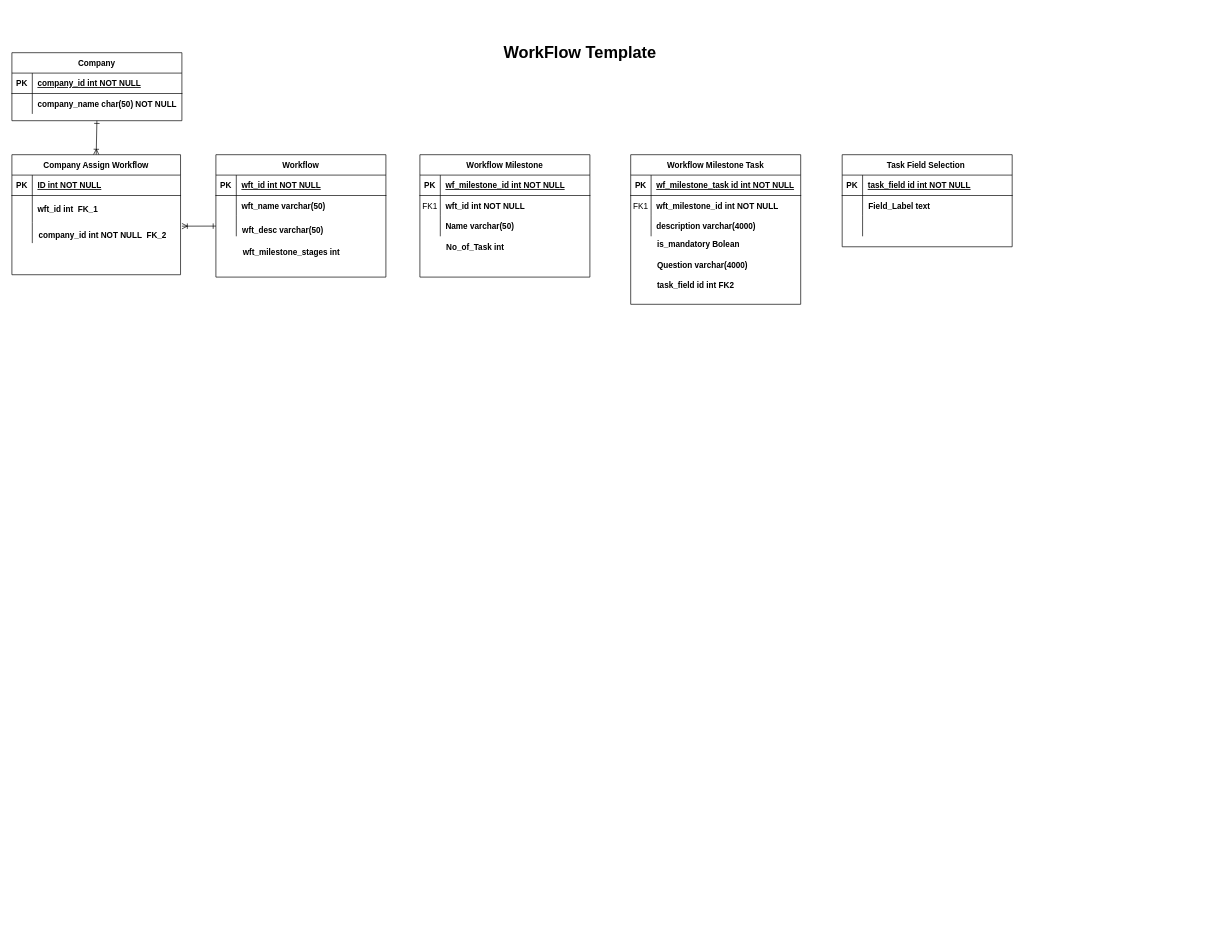
umerpaknamal/12PythonProjects keeps this draw.io diagram as ID_Workflow.drawio. Above is the earlier version. Source tidied: cells renumbered, new cells numbered last; positions are measured from the earlier drawing's top-left corner, leaving out a move shared by most shapes. Both pictures are drawn from the tidied source at 68%, with x=0, y=0 at pixel (12, 12).
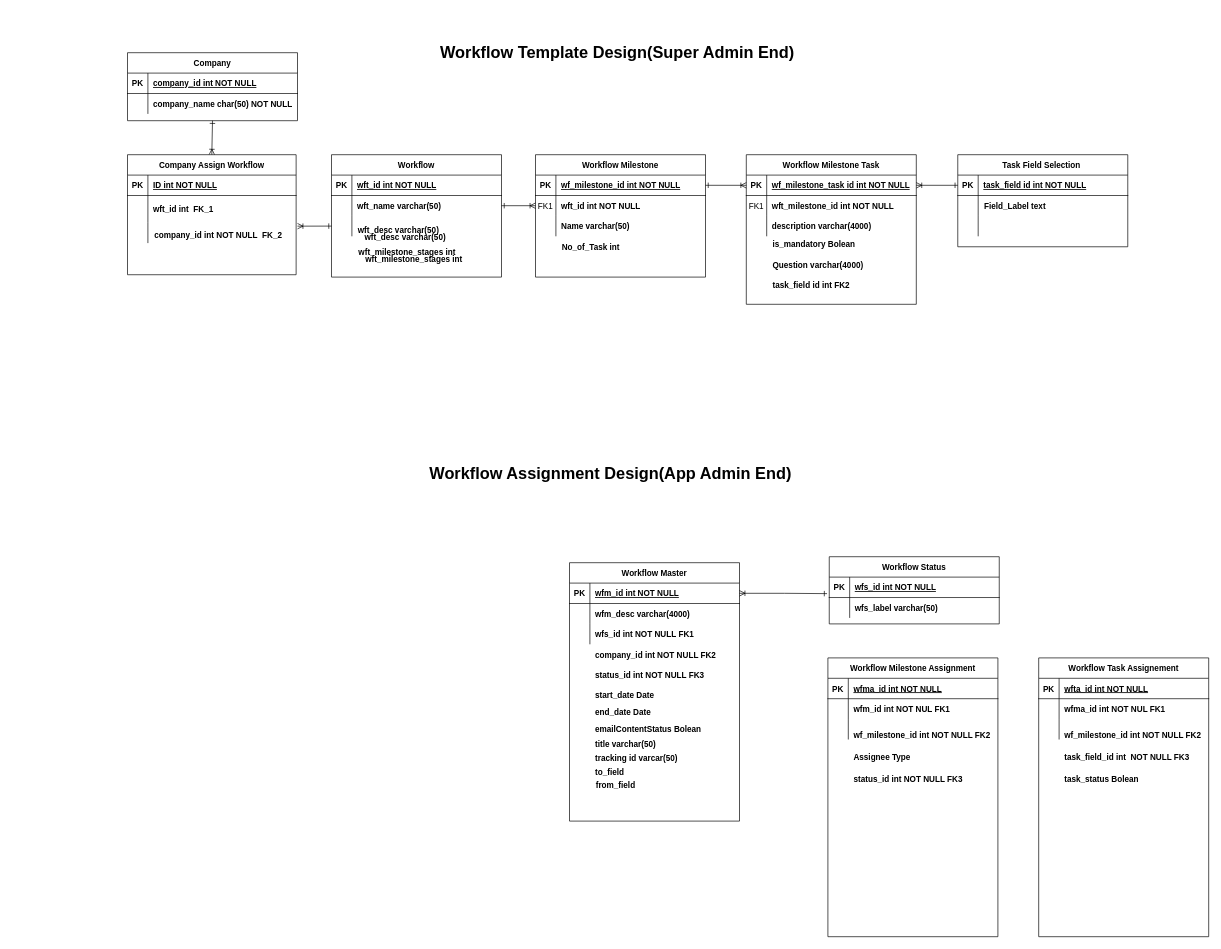
After the change.

The change refers to these unchanged cells:
```xml
<mxCell id="16" style="shape=partialRectangle;fillColor=none;points=[[0,0.5],[1,0.5]];portConstraint=eastwest;top=0;left=0;right=0;bottom=0;" parent="12" vertex="1">
  <mxGeometry y="60" width="250" height="30" as="geometry" />
</mxCell>
<mxCell id="27" value="Company Assign Workflow" style="shape=table;startSize=30;childLayout=tableLayout;rowLines=0;fontStyle=1;align=center;" parent="26" vertex="1">
  <mxGeometry width="248" height="176.5" as="geometry" />
</mxCell>
<mxCell id="40" style="shape=partialRectangle;fillColor=none;points=[[0,0.5],[1,0.5]];portConstraint=eastwest;top=0;left=0;right=0;bottom=1;" parent="39" vertex="1">
  <mxGeometry y="30" width="250" height="30" as="geometry" />
</mxCell>
<mxCell id="43" style="shape=partialRectangle;fillColor=none;points=[[0,0.5],[1,0.5]];portConstraint=eastwest;top=0;left=0;right=0;bottom=0;" parent="39" vertex="1">
  <mxGeometry y="60" width="250" height="30" as="geometry" />
</mxCell>
<mxCell id="53" style="shape=partialRectangle;fillColor=none;points=[[0,0.5],[1,0.5]];portConstraint=eastwest;top=0;left=0;right=0;bottom=1;" parent="52" vertex="1">
  <mxGeometry y="30" width="250" height="30" as="geometry" />
</mxCell>
<mxCell id="68" style="shape=partialRectangle;fillColor=none;points=[[0,0.5],[1,0.5]];portConstraint=eastwest;top=0;left=0;right=0;bottom=1;" parent="67" vertex="1">
  <mxGeometry y="30" width="250" height="30" as="geometry" />
</mxCell>
```

What changed in the source:
```diff
@@
+    <mxCell id="10" value="Workflow Template Design(Super Admin End)" style="text;strokeColor=none;fillColor=none;html=1;fontSize=24;fontStyle=1;verticalAlign=middle;align=center;" parent="1" vertex="1">
+      <mxGeometry x="610" width="560" height="120" as="geometry" />
+    </mxCell>
+    <mxCell id="78" style="group;" parent="1" vertex="1">
+      <mxGeometry x="170" y="60" width="1472" height="410" as="geometry" />
+    </mxCell>
-    <mxCell id="2" style="edgeStyle=none;rounded=0;jettySize=auto;html=1;exitX=0.5;exitY=1;exitDx=0;exitDy=0;entryX=0.5;entryY=0;entryDx=0;entryDy=0;endArrow=ERoneToMany;endFill=0;startArrow=ERone;startFill=0;" parent="1" edge="1" source="3" target="27">
+    <mxCell id="2" style="edgeStyle=none;rounded=0;jettySize=auto;html=1;exitX=0.5;exitY=1;exitDx=0;exitDy=0;entryX=0.5;entryY=0;entryDx=0;entryDy=0;endArrow=ERoneToMany;endFill=0;startArrow=ERone;startFill=0;" parent="78" edge="1" source="3" target="27">
       <mxGeometry relative="1" as="geometry" />
     </mxCell>
-    <mxCell id="3" value="Company" style="shape=table;startSize=30;childLayout=tableLayout;rowLines=0;fontStyle=1;align=center;" parent="1" vertex="1">
-      <mxGeometry y="60" width="250" height="100" as="geometry" />
+    <mxCell id="3" value="Company" style="shape=table;startSize=30;childLayout=tableLayout;rowLines=0;fontStyle=1;align=center;" parent="78" vertex="1">
+      <mxGeometry width="250" height="100" as="geometry" />
     </mxCell>
@@
-    <mxCell id="10" value="WorkFlow Template" style="text;strokeColor=none;fillColor=none;html=1;fontSize=24;fontStyle=1;verticalAlign=middle;align=center;" parent="1" vertex="1">
-      <mxGeometry x="610" width="450" height="120" as="geometry" />
-    </mxCell>
-    <mxCell id="11" style="group;" parent="1" vertex="1">
-      <mxGeometry x="300" y="210" width="252" height="180" as="geometry" />
+    <mxCell id="11" style="group;" parent="78" vertex="1">
+      <mxGeometry x="300" y="150" width="252" height="180" as="geometry" />
     </mxCell>
@@
-    <mxCell id="25" style="group;" parent="1" vertex="1">
-      <mxGeometry y="210" width="250" height="200" as="geometry" />
+    <mxCell id="25" style="group;" parent="78" vertex="1">
+      <mxGeometry y="150" width="250" height="200" as="geometry" />
     </mxCell>
@@
-    <mxCell id="38" style="group;" parent="1" vertex="1">
-      <mxGeometry x="600" y="210" width="251" height="180" as="geometry" />
+    <mxCell id="38" style="group;" parent="78" vertex="1">
+      <mxGeometry x="600" y="150" width="251" height="180" as="geometry" />
     </mxCell>
@@
-    <mxCell id="50" style="group;" parent="1" vertex="1">
-      <mxGeometry x="910" y="210" width="251" height="260" as="geometry" />
+    <mxCell id="50" style="group;" parent="78" vertex="1">
+      <mxGeometry x="910" y="150" width="251" height="260" as="geometry" />
     </mxCell>
@@
-    <mxCell id="63" value="Question varchar(4000)" style="shape=partialRectangle;overflow=hidden;fillColor=none;top=0;left=0;bottom=0;right=0;align=left;spacingLeft=6;fontStyle=1;" parent="1" vertex="1">
-      <mxGeometry x="941" y="350" width="220" height="43.3" as="geometry" />
+    <mxCell id="63" value="Question varchar(4000)" style="shape=partialRectangle;overflow=hidden;fillColor=none;top=0;left=0;bottom=0;right=0;align=left;spacingLeft=6;fontStyle=1;" parent="78" vertex="1">
+      <mxGeometry x="941" y="290" width="220" height="43.3" as="geometry" />
     </mxCell>
-    <mxCell id="64" value="task_field id int FK2" style="shape=partialRectangle;overflow=hidden;fillColor=none;top=0;left=0;bottom=0;right=0;align=left;spacingLeft=6;fontStyle=1;" parent="1" vertex="1">
-      <mxGeometry x="941" y="380" width="220" height="43.3" as="geometry" />
+    <mxCell id="64" value="task_field id int FK2" style="shape=partialRectangle;overflow=hidden;fillColor=none;top=0;left=0;bottom=0;right=0;align=left;spacingLeft=6;fontStyle=1;" parent="78" vertex="1">
+      <mxGeometry x="941" y="320" width="220" height="43.3" as="geometry" />
     </mxCell>
-    <mxCell id="65" style="group;" parent="1" vertex="1">
-      <mxGeometry x="1221" y="210" width="251" height="160" as="geometry" />
+    <mxCell id="65" style="group;" parent="78" vertex="1">
+      <mxGeometry x="1221" y="150" width="251" height="160" as="geometry" />
     </mxCell>
@@
+    <mxCell id="79" style="edgeStyle=orthogonalEdgeStyle;rounded=0;jettySize=auto;html=1;entryX=0;entryY=0.5;entryDx=0;entryDy=0;endArrow=ERoneToMany;endFill=0;startArrow=ERone;startFill=0;" parent="78" edge="1" source="16" target="43">
+      <mxGeometry relative="1" as="geometry" />
+    </mxCell>
+    <mxCell id="80" style="edgeStyle=orthogonalEdgeStyle;rounded=0;jettySize=auto;html=1;exitX=1;exitY=0.5;exitDx=0;exitDy=0;entryX=0;entryY=0.5;entryDx=0;entryDy=0;endArrow=ERoneToMany;endFill=0;startArrow=ERone;startFill=0;" parent="78" edge="1" source="40" target="53">
+      <mxGeometry relative="1" as="geometry" />
+    </mxCell>
+    <mxCell id="81" style="edgeStyle=orthogonalEdgeStyle;rounded=0;jettySize=auto;html=1;entryX=0;entryY=0.5;entryDx=0;entryDy=0;startArrow=ERoneToMany;startFill=0;endArrow=ERone;endFill=0;" parent="78" edge="1" source="53" target="68">
+      <mxGeometry relative="1" as="geometry" />
+    </mxCell>
+    <mxCell id="82" style="group;" parent="1" vertex="1">
+      <mxGeometry x="480" y="220" width="252" height="180" as="geometry" />
+    </mxCell>
+    <mxCell id="83" value="wft_desc varchar(50)" style="shape=partialRectangle;overflow=hidden;fillColor=none;top=0;left=0;bottom=0;right=0;align=left;spacingLeft=6;fontStyle=1;" parent="82" vertex="1">
+      <mxGeometry x="31" y="95.3" width="220" height="31.8" as="geometry" />
+    </mxCell>
+    <mxCell id="84" value="wft_milestone_stages int" style="shape=partialRectangle;overflow=hidden;fillColor=none;top=0;left=0;bottom=0;right=0;align=left;spacingLeft=6;fontStyle=1;" parent="82" vertex="1">
+      <mxGeometry x="32" y="127.1" width="220" height="31.8" as="geometry" />
+    </mxCell>
+    <mxCell id="85" style="group;" parent="1" vertex="1">
+      <mxGeometry x="1200" y="790" width="252" height="180" as="geometry" />
+    </mxCell>
+    <mxCell id="86" style="shape=partialRectangle;overflow=hidden;fillColor=none;top=0;left=0;bottom=0;right=0;align=left;spacingLeft=6;fontStyle=1;" parent="85" vertex="1">
+      <mxGeometry x="31" y="95.3" width="220" height="31.8" as="geometry" />
+    </mxCell>
+    <mxCell id="87" style="shape=partialRectangle;overflow=hidden;fillColor=none;top=0;left=0;bottom=0;right=0;align=left;spacingLeft=6;fontStyle=1;" parent="85" vertex="1">
+      <mxGeometry x="32" y="117.1" width="220" height="31.8" as="geometry" />
+    </mxCell>
+    <mxCell id="88" value="Workflow Status" style="shape=table;startSize=30;childLayout=tableLayout;rowLines=0;fontStyle=1;align=center;" parent="1" vertex="1">
+      <mxGeometry x="1202" y="801.2" width="250" height="98.8" as="geometry" />
+    </mxCell>
+    <mxCell id="89" style="shape=partialRectangle;fillColor=none;top=0;left=0;right=0;bottom=1;" parent="88" vertex="1">
+      <mxGeometry y="30" width="250" height="30" as="geometry" />
+    </mxCell>
+    <mxCell id="90" value="PK" style="shape=partialRectangle;overflow=hidden;fillColor=none;top=0;left=0;bottom=0;right=0;fontStyle=1;" parent="89" vertex="1">
+      <mxGeometry width="30" height="30" as="geometry" />
+    </mxCell>
+    <mxCell id="91" value="wfs_id int NOT NULL " style="shape=partialRectangle;overflow=hidden;fillColor=none;top=0;left=0;bottom=0;right=0;align=left;spacingLeft=6;fontStyle=5;" parent="89" vertex="1">
+      <mxGeometry x="30" width="220" height="30" as="geometry" />
+    </mxCell>
+    <mxCell id="92" style="shape=partialRectangle;fillColor=none;points=[[0,0.5],[1,0.5]];portConstraint=eastwest;top=0;left=0;right=0;bottom=0;" parent="88" vertex="1">
+      <mxGeometry y="60" width="250" height="30" as="geometry" />
+    </mxCell>
+    <mxCell id="93" style="shape=partialRectangle;overflow=hidden;fillColor=none;top=0;left=0;bottom=0;right=0;" parent="92" vertex="1">
+      <mxGeometry width="30" height="30" as="geometry" />
+    </mxCell>
+    <mxCell id="94" value="wfs_label varchar(50)" style="shape=partialRectangle;overflow=hidden;fillColor=none;top=0;left=0;bottom=0;right=0;align=left;spacingLeft=6;fontStyle=1;" parent="92" vertex="1">
+      <mxGeometry x="30" width="220" height="30" as="geometry" />
+    </mxCell>
+    <mxCell id="95" style="group;" parent="1" vertex="1">
+      <mxGeometry x="820" y="810" width="251" height="380" as="geometry" />
+    </mxCell>
+    <mxCell id="96" value="Workflow Master" style="shape=table;startSize=30;childLayout=tableLayout;rowLines=0;fontStyle=1;align=center;" parent="95" vertex="1">
+      <mxGeometry width="250" height="380" as="geometry" />
+    </mxCell>
+    <mxCell id="97" style="shape=partialRectangle;fillColor=none;points=[[0,0.5],[1,0.5]];portConstraint=eastwest;top=0;left=0;right=0;bottom=1;" parent="96" vertex="1">
+      <mxGeometry y="30" width="250" height="30" as="geometry" />
+    </mxCell>
+    <mxCell id="98" value="PK" style="shape=partialRectangle;overflow=hidden;fillColor=none;top=0;left=0;bottom=0;right=0;fontStyle=1;" parent="97" vertex="1">
+      <mxGeometry width="30" height="30" as="geometry" />
+    </mxCell>
+    <mxCell id="99" value="wfm_id int NOT NULL " style="shape=partialRectangle;overflow=hidden;fillColor=none;top=0;left=0;bottom=0;right=0;align=left;spacingLeft=6;fontStyle=5;" parent="97" vertex="1">
+      <mxGeometry x="30" width="220" height="30" as="geometry" />
+    </mxCell>
+    <mxCell id="100" style="shape=partialRectangle;fillColor=none;top=0;left=0;right=0;bottom=0;" parent="96" vertex="1">
+      <mxGeometry y="60" width="250" height="30" as="geometry" />
+    </mxCell>
+    <mxCell id="101" style="shape=partialRectangle;overflow=hidden;fillColor=none;top=0;left=0;bottom=0;right=0;" parent="100" vertex="1">
+      <mxGeometry width="30" height="30" as="geometry" />
+    </mxCell>
+    <mxCell id="102" value="wfm_desc varchar(4000)" style="shape=partialRectangle;overflow=hidden;fillColor=none;top=0;left=0;bottom=0;right=0;align=left;spacingLeft=6;fontStyle=1;" parent="100" vertex="1">
+      <mxGeometry x="30" width="220" height="30" as="geometry" />
+    </mxCell>
+    <mxCell id="103" style="shape=partialRectangle;fillColor=none;top=0;left=0;right=0;bottom=0;" parent="96" vertex="1">
+      <mxGeometry y="90" width="250" height="30" as="geometry" />
+    </mxCell>
+    <mxCell id="104" style="shape=partialRectangle;overflow=hidden;fillColor=none;top=0;left=0;bottom=0;right=0;" parent="103" vertex="1">
+      <mxGeometry width="30" height="30" as="geometry" />
+    </mxCell>
+    <mxCell id="105" style="shape=partialRectangle;overflow=hidden;fillColor=none;top=0;left=0;bottom=0;right=0;align=left;spacingLeft=6;" parent="103" vertex="1">
+      <mxGeometry x="30" width="220" height="30" as="geometry" />
+    </mxCell>
+    <mxCell id="106" value="wfs_id int NOT NULL FK1" style="shape=partialRectangle;overflow=hidden;fillColor=none;top=0;left=0;bottom=0;right=0;align=left;spacingLeft=6;fontStyle=1;" parent="95" vertex="1">
+      <mxGeometry x="30" y="90" width="220" height="30" as="geometry" />
+    </mxCell>
+    <mxCell id="107" value="company_id int NOT NULL FK2" style="shape=partialRectangle;overflow=hidden;fillColor=none;top=0;left=0;bottom=0;right=0;align=left;spacingLeft=6;fontStyle=1;" parent="95" vertex="1">
+      <mxGeometry x="30" y="120" width="220" height="30" as="geometry" />
+    </mxCell>
+    <mxCell id="108" value="status_id int NOT NULL FK3" style="shape=partialRectangle;overflow=hidden;fillColor=none;top=0;left=0;bottom=0;right=0;align=left;spacingLeft=6;fontStyle=1;" parent="95" vertex="1">
+      <mxGeometry x="30" y="150" width="220" height="30" as="geometry" />
+    </mxCell>
+    <mxCell id="109" value="start_date Date " style="shape=partialRectangle;overflow=hidden;fillColor=none;top=0;left=0;bottom=0;right=0;align=left;spacingLeft=6;fontStyle=1;" parent="95" vertex="1">
+      <mxGeometry x="30" y="180" width="220" height="30" as="geometry" />
+    </mxCell>
+    <mxCell id="110" value="end_date Date " style="shape=partialRectangle;overflow=hidden;fillColor=none;top=0;left=0;bottom=0;right=0;align=left;spacingLeft=6;fontStyle=1;" parent="95" vertex="1">
+      <mxGeometry x="30" y="205" width="220" height="30" as="geometry" />
+    </mxCell>
+    <mxCell id="111" value="emailContentStatus  Bolean" style="shape=partialRectangle;overflow=hidden;fillColor=none;top=0;left=0;bottom=0;right=0;align=left;spacingLeft=6;fontStyle=1;" parent="95" vertex="1">
+      <mxGeometry x="30" y="230" width="220" height="30" as="geometry" />
+    </mxCell>
+    <mxCell id="112" value="title varchar(50)" style="shape=partialRectangle;overflow=hidden;fillColor=none;top=0;left=0;bottom=0;right=0;align=left;spacingLeft=6;fontStyle=1;" parent="95" vertex="1">
+      <mxGeometry x="30" y="252" width="220" height="30" as="geometry" />
+    </mxCell>
+    <mxCell id="113" value="tracking id varcar(50)" style="shape=partialRectangle;overflow=hidden;fillColor=none;top=0;left=0;bottom=0;right=0;align=left;spacingLeft=6;fontStyle=1;" parent="95" vertex="1">
+      <mxGeometry x="30" y="272" width="220" height="30" as="geometry" />
+    </mxCell>
+    <mxCell id="114" value="to_field" style="shape=partialRectangle;overflow=hidden;fillColor=none;top=0;left=0;bottom=0;right=0;align=left;spacingLeft=6;fontStyle=1;" parent="95" vertex="1">
+      <mxGeometry x="30" y="292" width="220" height="30" as="geometry" />
+    </mxCell>
+    <mxCell id="115" value="from_field" style="shape=partialRectangle;overflow=hidden;fillColor=none;top=0;left=0;bottom=0;right=0;align=left;spacingLeft=6;fontStyle=1;" parent="95" vertex="1">
+      <mxGeometry x="31" y="312" width="220" height="30" as="geometry" />
+    </mxCell>
+    <mxCell id="116" style="group;" parent="1" vertex="1">
+      <mxGeometry x="1200" y="950" width="251" height="410" as="geometry" />
+    </mxCell>
+    <mxCell id="117" value="Workflow Milestone Assignment" style="shape=table;startSize=30;childLayout=tableLayout;rowLines=0;fontStyle=1;align=center;" parent="116" vertex="1">
+      <mxGeometry width="250" height="410" as="geometry" />
+    </mxCell>
+    <mxCell id="118" style="shape=partialRectangle;fillColor=none;top=0;left=0;right=0;bottom=1;" parent="117" vertex="1">
+      <mxGeometry y="30" width="250" height="30" as="geometry" />
+    </mxCell>
+    <mxCell id="119" value="PK" style="shape=partialRectangle;overflow=hidden;fillColor=none;top=0;left=0;bottom=0;right=0;fontStyle=1;" parent="118" vertex="1">
+      <mxGeometry width="30" height="30" as="geometry" />
+    </mxCell>
+    <mxCell id="120" value="wfma_id int NOT NULL " style="shape=partialRectangle;overflow=hidden;fillColor=none;top=0;left=0;bottom=0;right=0;align=left;spacingLeft=6;fontStyle=5;" parent="118" vertex="1">
+      <mxGeometry x="30" width="220" height="30" as="geometry" />
+    </mxCell>
+    <mxCell id="121" style="shape=partialRectangle;fillColor=none;top=0;left=0;right=0;bottom=0;" parent="117" vertex="1">
+      <mxGeometry y="60" width="250" height="30" as="geometry" />
+    </mxCell>
+    <mxCell id="122" style="shape=partialRectangle;overflow=hidden;fillColor=none;top=0;left=0;bottom=0;right=0;" parent="121" vertex="1">
+      <mxGeometry width="30" height="30" as="geometry" />
+    </mxCell>
+    <mxCell id="123" value="wfm_id int NOT NUL FK1" style="shape=partialRectangle;overflow=hidden;fillColor=none;top=0;left=0;bottom=0;right=0;align=left;spacingLeft=6;fontStyle=1;" parent="121" vertex="1">
+      <mxGeometry x="30" width="220" height="30" as="geometry" />
+    </mxCell>
+    <mxCell id="124" style="shape=partialRectangle;fillColor=none;top=0;left=0;right=0;bottom=0;" parent="117" vertex="1">
+      <mxGeometry y="90" width="250" height="30" as="geometry" />
+    </mxCell>
+    <mxCell id="125" style="shape=partialRectangle;overflow=hidden;fillColor=none;top=0;left=0;bottom=0;right=0;" parent="124" vertex="1">
+      <mxGeometry width="30" height="30" as="geometry" />
+    </mxCell>
+    <mxCell id="126" style="shape=partialRectangle;overflow=hidden;fillColor=none;top=0;left=0;bottom=0;right=0;align=left;spacingLeft=6;" parent="124" vertex="1">
+      <mxGeometry x="30" width="220" height="30" as="geometry" />
+    </mxCell>
+    <mxCell id="127" value="wf_milestone_id int NOT NULL FK2" style="shape=partialRectangle;overflow=hidden;fillColor=none;top=0;left=0;bottom=0;right=0;align=left;spacingLeft=6;fontStyle=1;" parent="116" vertex="1">
+      <mxGeometry x="30" y="97.1" width="220" height="32.4" as="geometry" />
+    </mxCell>
+    <mxCell id="128" value="Assignee Type" style="shape=partialRectangle;overflow=hidden;fillColor=none;top=0;left=0;bottom=0;right=0;align=left;spacingLeft=6;fontStyle=1;" parent="116" vertex="1">
+      <mxGeometry x="30" y="129.5" width="220" height="32.4" as="geometry" />
+    </mxCell>
+    <mxCell id="129" value="status_id int NOT NULL FK3" style="shape=partialRectangle;overflow=hidden;fillColor=none;top=0;left=0;bottom=0;right=0;align=left;spacingLeft=6;fontStyle=1;" parent="116" vertex="1">
+      <mxGeometry x="30" y="161.8" width="220" height="32.4" as="geometry" />
+    </mxCell>
+    <mxCell id="130" value="Workflow Assignment Design(App Admin End)" style="text;strokeColor=none;fillColor=none;html=1;fontSize=24;fontStyle=1;verticalAlign=middle;align=center;" parent="1" vertex="1">
+      <mxGeometry x="600" y="620" width="560" height="120" as="geometry" />
+    </mxCell>
+    <mxCell id="131" style="group;" parent="1" vertex="1">
+      <mxGeometry x="1510" y="950" width="251" height="410" as="geometry" />
+    </mxCell>
+    <mxCell id="132" value="Workflow Task Assignement" style="shape=table;startSize=30;childLayout=tableLayout;rowLines=0;fontStyle=1;align=center;" parent="131" vertex="1">
+      <mxGeometry width="250" height="410" as="geometry" />
+    </mxCell>
+    <mxCell id="133" style="shape=partialRectangle;fillColor=none;top=0;left=0;right=0;bottom=1;" parent="132" vertex="1">
+      <mxGeometry y="30" width="250" height="30" as="geometry" />
+    </mxCell>
+    <mxCell id="134" value="PK" style="shape=partialRectangle;overflow=hidden;fillColor=none;top=0;left=0;bottom=0;right=0;fontStyle=1;" parent="133" vertex="1">
+      <mxGeometry width="30" height="30" as="geometry" />
+    </mxCell>
+    <mxCell id="135" value="wfta_id int NOT NULL " style="shape=partialRectangle;overflow=hidden;fillColor=none;top=0;left=0;bottom=0;right=0;align=left;spacingLeft=6;fontStyle=5;" parent="133" vertex="1">
+      <mxGeometry x="30" width="220" height="30" as="geometry" />
+    </mxCell>
+    <mxCell id="136" style="shape=partialRectangle;fillColor=none;top=0;left=0;right=0;bottom=0;" parent="132" vertex="1">
+      <mxGeometry y="60" width="250" height="30" as="geometry" />
+    </mxCell>
+    <mxCell id="137" style="shape=partialRectangle;overflow=hidden;fillColor=none;top=0;left=0;bottom=0;right=0;" parent="136" vertex="1">
+      <mxGeometry width="30" height="30" as="geometry" />
+    </mxCell>
+    <mxCell id="138" value="wfma_id int NOT NUL FK1" style="shape=partialRectangle;overflow=hidden;fillColor=none;top=0;left=0;bottom=0;right=0;align=left;spacingLeft=6;fontStyle=1;" parent="136" vertex="1">
+      <mxGeometry x="30" width="220" height="30" as="geometry" />
+    </mxCell>
+    <mxCell id="139" style="shape=partialRectangle;fillColor=none;top=0;left=0;right=0;bottom=0;" parent="132" vertex="1">
+      <mxGeometry y="90" width="250" height="30" as="geometry" />
+    </mxCell>
+    <mxCell id="140" style="shape=partialRectangle;overflow=hidden;fillColor=none;top=0;left=0;bottom=0;right=0;" parent="139" vertex="1">
+      <mxGeometry width="30" height="30" as="geometry" />
+    </mxCell>
+    <mxCell id="141" style="shape=partialRectangle;overflow=hidden;fillColor=none;top=0;left=0;bottom=0;right=0;align=left;spacingLeft=6;" parent="139" vertex="1">
+      <mxGeometry x="30" width="220" height="30" as="geometry" />
+    </mxCell>
+    <mxCell id="142" value="wf_milestone_id int NOT NULL FK2" style="shape=partialRectangle;overflow=hidden;fillColor=none;top=0;left=0;bottom=0;right=0;align=left;spacingLeft=6;fontStyle=1;" parent="131" vertex="1">
+      <mxGeometry x="30" y="97.1" width="220" height="32.4" as="geometry" />
+    </mxCell>
+    <mxCell id="143" value="task_field_id int  NOT NULL FK3" style="shape=partialRectangle;overflow=hidden;fillColor=none;top=0;left=0;bottom=0;right=0;align=left;spacingLeft=6;fontStyle=1;" parent="131" vertex="1">
+      <mxGeometry x="30" y="129.5" width="220" height="32.4" as="geometry" />
+    </mxCell>
+    <mxCell id="144" value="task_status Bolean " style="shape=partialRectangle;overflow=hidden;fillColor=none;top=0;left=0;bottom=0;right=0;align=left;spacingLeft=6;fontStyle=1;" parent="131" vertex="1">
+      <mxGeometry x="30" y="161.8" width="220" height="32.4" as="geometry" />
+    </mxCell>
+    <mxCell id="145" style="edgeStyle=orthogonalEdgeStyle;rounded=0;jettySize=auto;html=1;exitX=1;exitY=0.5;exitDx=0;exitDy=0;entryX=-0.013;entryY=-0.19;entryDx=0;entryDy=0;entryPerimeter=0;startArrow=ERoneToMany;startFill=0;endArrow=ERone;endFill=0;" parent="1" edge="1" source="97" target="92">
+      <mxGeometry relative="1" as="geometry" />
+    </mxCell>
```
